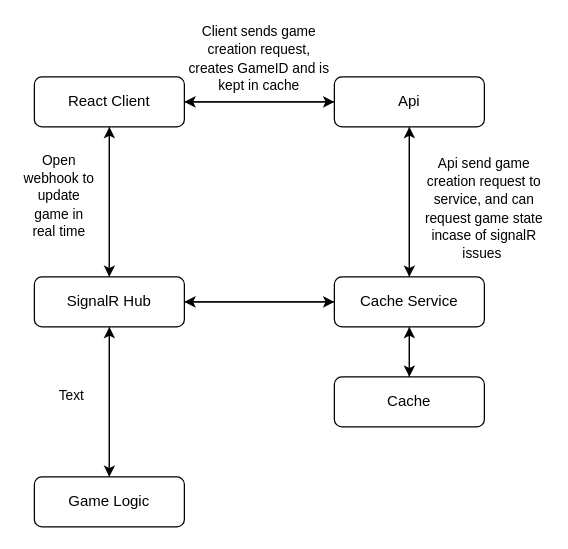
puggyshugs/PassThePigs keeps this draw.io diagram as Untitled Diagram.drawio. Above is the earlier version. Source tidied: cells renumbered, new cells numbered last; positions are measured from the earlier drawing's top-left corner, leaving out a move shared by most shapes. Both pictures are drawn from the tidied source at 125%, with x=0, y=0 at pixel (21, 26).
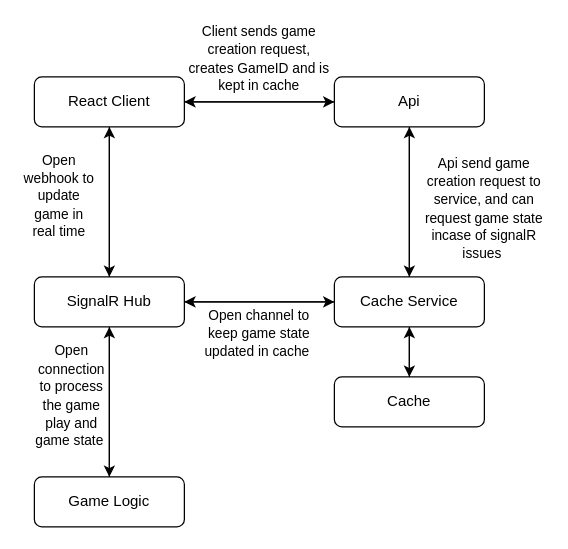
Above is the later version.

Change to the diagram source:
```diff
@@
-    <mxCell id="23" value="&lt;font style=&quot;font-size: 11px;&quot;&gt;Text&lt;/font&gt;" style="text;html=1;align=center;verticalAlign=middle;whiteSpace=wrap;rounded=0;" parent="1" vertex="1">
+    <mxCell id="23" value="&lt;font style=&quot;font-size: 11px;&quot;&gt;Open connection to process the game play and game state&amp;nbsp;&lt;/font&gt;" style="text;html=1;align=center;verticalAlign=middle;whiteSpace=wrap;rounded=0;" parent="1" vertex="1">
       <mxGeometry x="10" y="280" width="60" height="30" as="geometry" />
     </mxCell>
+    <mxCell id="24" value="&lt;font style=&quot;font-size: 11px;&quot;&gt;Open channel to keep game state updated in cache&amp;nbsp;&lt;/font&gt;" style="text;html=1;align=center;verticalAlign=middle;whiteSpace=wrap;rounded=0;" parent="1" vertex="1">
+      <mxGeometry x="140" y="220" width="100" height="50" as="geometry" />
+    </mxCell>
```
